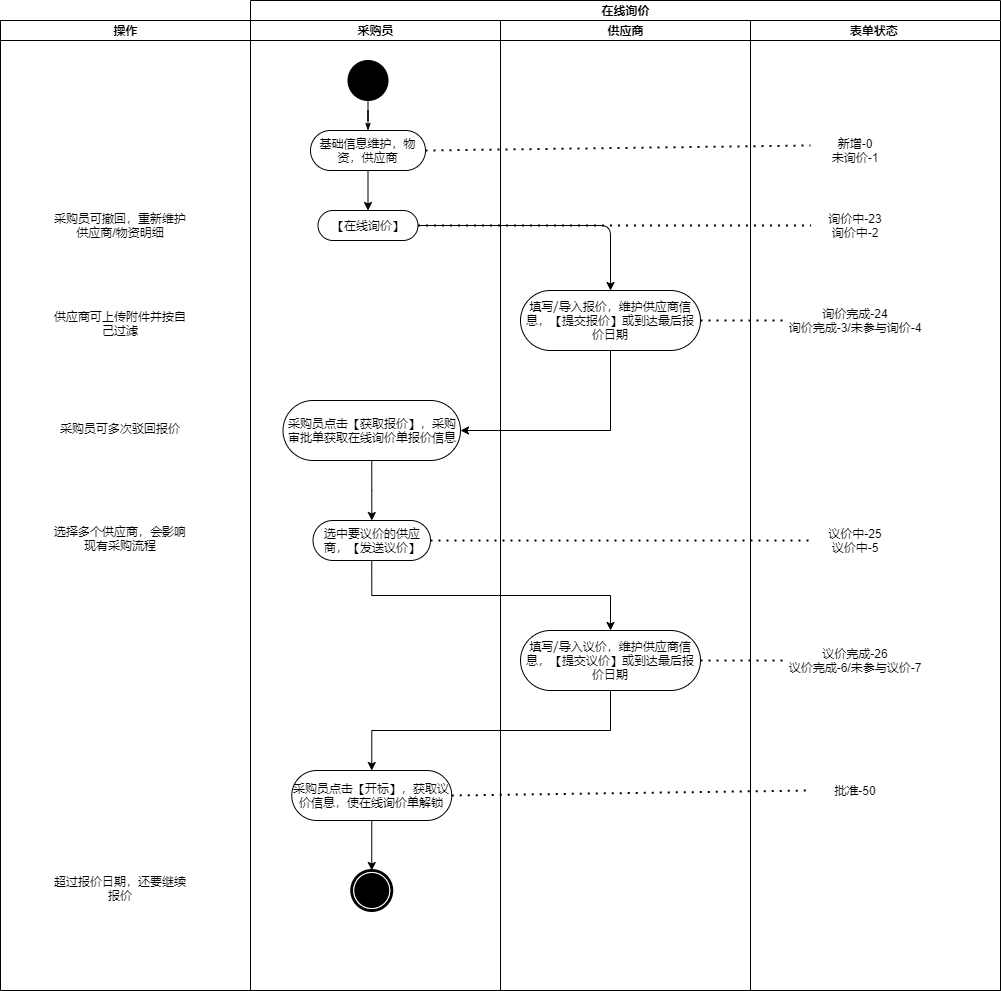
The draw.io diagram Untitled Diagram.png in alroy233/Vue, before a commit. Source tidied: cells renumbered, new cells last; positions are measured from the earlier drawing's top-left corner, leaving out a move shared by most shapes. The source it was exported from:
```xml
<mxGraphModel background="#ffffff">
  <root>
    <mxCell id="0" />
    <mxCell id="1" parent="0" />
    <mxCell id="2" value="在线询价" style="swimlane;html=1;startSize=20;rounded=0;shadow=0;comic=0;labelBackgroundColor=none;strokeWidth=1;fontFamily=Verdana;fontSize=12;align=center;" parent="1" vertex="1">
      <mxGeometry x="250" width="750" height="990" as="geometry" />
    </mxCell>
    <mxCell id="3" value="采购员" style="swimlane;html=1;startSize=20;" parent="2" vertex="1">
      <mxGeometry y="20" width="250" height="970" as="geometry" />
    </mxCell>
    <mxCell id="4" style="ellipse;whiteSpace=wrap;html=1;rounded=0;shadow=0;comic=0;labelBackgroundColor=none;strokeWidth=1;fillColor=#000000;fontFamily=Verdana;fontSize=12;align=center;" parent="3" vertex="1">
      <mxGeometry x="97.5" y="40" width="40" height="40" as="geometry" />
    </mxCell>
    <mxCell id="5" style="edgeStyle=orthogonalEdgeStyle;rounded=0;jettySize=auto;html=1;exitX=0.5;exitY=1;exitDx=0;exitDy=0;entryX=0.5;entryY=0;entryDx=0;entryDy=0;" parent="3" edge="1" source="6" target="8">
      <mxGeometry relative="1" as="geometry" />
    </mxCell>
    <mxCell id="6" value="基础信息维护，物资，供应商" style="rounded=1;whiteSpace=wrap;html=1;shadow=0;comic=0;labelBackgroundColor=none;strokeWidth=1;fontFamily=Verdana;fontSize=12;align=center;arcSize=50;" parent="3" vertex="1">
      <mxGeometry x="60" y="110" width="115" height="40" as="geometry" />
    </mxCell>
    <mxCell id="7" style="edgeStyle=orthogonalEdgeStyle;rounded=0;html=1;labelBackgroundColor=none;startArrow=none;startFill=0;startSize=5;endArrow=classicThin;endFill=1;endSize=5;jettySize=auto;strokeWidth=1;fontFamily=Verdana;fontSize=12;" parent="3" edge="1" source="4" target="6">
      <mxGeometry relative="1" as="geometry" />
    </mxCell>
    <mxCell id="8" value="【在线询价】" style="rounded=1;whiteSpace=wrap;html=1;shadow=0;comic=0;labelBackgroundColor=none;strokeWidth=1;fontFamily=Verdana;fontSize=12;align=center;arcSize=50;" parent="3" vertex="1">
      <mxGeometry x="67.5" y="190" width="100" height="30" as="geometry" />
    </mxCell>
    <mxCell id="9" style="edgeStyle=orthogonalEdgeStyle;rounded=0;jettySize=auto;html=1;exitX=0.5;exitY=1;exitDx=0;exitDy=0;" parent="3" edge="1" source="10" target="11">
      <mxGeometry relative="1" as="geometry" />
    </mxCell>
    <mxCell id="10" value="采购员点击【获取报价】，采购审批单获取在线询价单报价信息" style="rounded=1;whiteSpace=wrap;html=1;shadow=0;comic=0;labelBackgroundColor=none;strokeWidth=1;fontFamily=Verdana;fontSize=12;align=center;arcSize=50;" parent="3" vertex="1">
      <mxGeometry x="32.5" y="380" width="177.5" height="60" as="geometry" />
    </mxCell>
    <mxCell id="11" value="选中要议价的供应商，【发送议价】" style="rounded=1;whiteSpace=wrap;html=1;shadow=0;comic=0;labelBackgroundColor=none;strokeWidth=1;fontFamily=Verdana;fontSize=12;align=center;arcSize=50;" parent="3" vertex="1">
      <mxGeometry x="62.5" y="500" width="117.5" height="40" as="geometry" />
    </mxCell>
    <mxCell id="12" style="edgeStyle=orthogonalEdgeStyle;rounded=0;jettySize=auto;html=1;exitX=0.5;exitY=1;exitDx=0;exitDy=0;" parent="3" edge="1" source="13" target="14">
      <mxGeometry relative="1" as="geometry" />
    </mxCell>
    <mxCell id="13" value="采购员点击【开标】，获取议价信息，使在线询价单解锁" style="rounded=1;whiteSpace=wrap;html=1;shadow=0;comic=0;labelBackgroundColor=none;strokeWidth=1;fontFamily=Verdana;fontSize=12;align=center;arcSize=50;" parent="3" vertex="1">
      <mxGeometry x="41.2" y="750" width="160" height="50" as="geometry" />
    </mxCell>
    <mxCell id="14" style="shape=mxgraph.bpmn.shape;html=1;verticalLabelPosition=bottom;labelBackgroundColor=#ffffff;verticalAlign=top;perimeter=ellipsePerimeter;outline=end;symbol=terminate;rounded=0;shadow=0;comic=0;strokeWidth=1;fontFamily=Verdana;fontSize=12;align=center;" parent="3" vertex="1">
      <mxGeometry x="101.2" y="850" width="40" height="40" as="geometry" />
    </mxCell>
    <mxCell id="15" style="endArrow=none;dashed=1;html=1;dashPattern=1 3;strokeWidth=2;exitX=1;exitY=0.5;exitDx=0;exitDy=0;entryX=0;entryY=0.5;entryDx=0;entryDy=0;entryPerimeter=0;" parent="2" edge="1" source="6">
      <mxGeometry relative="1" as="geometry">
        <mxPoint x="560" y="145" as="targetPoint" />
      </mxGeometry>
    </mxCell>
    <mxCell id="16" value="供应商" style="swimlane;html=1;startSize=20;" parent="2" vertex="1">
      <mxGeometry x="250" y="20" width="250" height="970" as="geometry" />
    </mxCell>
    <mxCell id="17" value="填写/导入报价，维护供应商信息，【提交报价】或到达最后报价日期" style="rounded=1;whiteSpace=wrap;html=1;shadow=0;comic=0;labelBackgroundColor=none;strokeWidth=1;fontFamily=Verdana;fontSize=12;align=center;arcSize=50;" parent="16" vertex="1">
      <mxGeometry x="20" y="270" width="180" height="60" as="geometry" />
    </mxCell>
    <mxCell id="18" value="填写/导入议价，维护供应商信息，【提交议价】或到达最后报价日期" style="rounded=1;whiteSpace=wrap;html=1;shadow=0;comic=0;labelBackgroundColor=none;strokeWidth=1;fontFamily=Verdana;fontSize=12;align=center;arcSize=50;" parent="16" vertex="1">
      <mxGeometry x="20" y="610" width="180" height="60" as="geometry" />
    </mxCell>
    <mxCell id="19" value="表单状态&amp;nbsp;" style="swimlane;html=1;startSize=20;" parent="2" vertex="1">
      <mxGeometry x="500" y="20" width="250" height="970" as="geometry" />
    </mxCell>
    <mxCell id="20" value="新增-0&lt;br&gt;未询价-1" style="text;html=1;strokeColor=none;fillColor=none;align=center;verticalAlign=middle;whiteSpace=wrap;rounded=0;" parent="19" vertex="1">
      <mxGeometry x="60" y="110" width="90" height="40" as="geometry" />
    </mxCell>
    <mxCell id="21" value="询价中-23&lt;br&gt;询价中-2" style="text;html=1;strokeColor=none;fillColor=none;align=center;verticalAlign=middle;whiteSpace=wrap;rounded=0;" parent="19" vertex="1">
      <mxGeometry x="60" y="185" width="90" height="40" as="geometry" />
    </mxCell>
    <mxCell id="22" value="询价完成-24&lt;br&gt;询价完成-3/未参与询价-4" style="text;html=1;strokeColor=none;fillColor=none;align=center;verticalAlign=middle;whiteSpace=wrap;rounded=0;" parent="19" vertex="1">
      <mxGeometry x="35" y="280" width="140" height="40" as="geometry" />
    </mxCell>
    <mxCell id="23" value="议价中-25&lt;br&gt;议价中-5" style="text;html=1;strokeColor=none;fillColor=none;align=center;verticalAlign=middle;whiteSpace=wrap;rounded=0;" parent="19" vertex="1">
      <mxGeometry x="60" y="500" width="90" height="40" as="geometry" />
    </mxCell>
    <mxCell id="24" value="议价完成-26&lt;br&gt;议价完成-6/未参与议价-7" style="text;html=1;strokeColor=none;fillColor=none;align=center;verticalAlign=middle;whiteSpace=wrap;rounded=0;" parent="19" vertex="1">
      <mxGeometry x="35" y="620" width="140" height="40" as="geometry" />
    </mxCell>
    <mxCell id="25" value="批准-50" style="text;html=1;strokeColor=none;fillColor=none;align=center;verticalAlign=middle;whiteSpace=wrap;rounded=0;" parent="19" vertex="1">
      <mxGeometry x="60" y="750" width="90" height="40" as="geometry" />
    </mxCell>
    <mxCell id="26" style="endArrow=classic;html=1;exitX=1;exitY=0.5;exitDx=0;exitDy=0;entryX=0.5;entryY=0;entryDx=0;entryDy=0;" parent="2" edge="1" source="8" target="17">
      <mxGeometry relative="1" as="geometry">
        <Array as="points">
          <mxPoint x="360" y="225" />
        </Array>
      </mxGeometry>
    </mxCell>
    <mxCell id="27" style="endArrow=none;dashed=1;html=1;dashPattern=1 3;strokeWidth=2;entryX=0;entryY=0.5;entryDx=0;entryDy=0;exitX=1;exitY=0.5;exitDx=0;exitDy=0;" parent="2" edge="1" source="8" target="21">
      <mxGeometry relative="1" as="geometry" />
    </mxCell>
    <mxCell id="28" style="endArrow=none;dashed=1;html=1;dashPattern=1 3;strokeWidth=2;exitX=1;exitY=0.5;exitDx=0;exitDy=0;entryX=0;entryY=0.5;entryDx=0;entryDy=0;" parent="2" edge="1" source="17" target="22">
      <mxGeometry relative="1" as="geometry" />
    </mxCell>
    <mxCell id="29" style="edgeStyle=orthogonalEdgeStyle;rounded=0;jettySize=auto;html=1;exitX=0.5;exitY=1;exitDx=0;exitDy=0;entryX=1;entryY=0.5;entryDx=0;entryDy=0;" parent="2" edge="1" source="17" target="10">
      <mxGeometry relative="1" as="geometry" />
    </mxCell>
    <mxCell id="30" style="endArrow=none;dashed=1;html=1;dashPattern=1 3;strokeWidth=2;exitX=1;exitY=0.5;exitDx=0;exitDy=0;entryX=0;entryY=0.5;entryDx=0;entryDy=0;" parent="2" edge="1" source="11" target="23">
      <mxGeometry relative="1" as="geometry" />
    </mxCell>
    <mxCell id="31" style="edgeStyle=orthogonalEdgeStyle;rounded=0;jettySize=auto;html=1;exitX=0.5;exitY=1;exitDx=0;exitDy=0;" parent="2" edge="1" source="11" target="18">
      <mxGeometry relative="1" as="geometry" />
    </mxCell>
    <mxCell id="32" style="endArrow=none;dashed=1;html=1;dashPattern=1 3;strokeWidth=2;entryX=0;entryY=0.5;entryDx=0;entryDy=0;exitX=1;exitY=0.5;exitDx=0;exitDy=0;" parent="2" edge="1" source="18" target="24">
      <mxGeometry relative="1" as="geometry" />
    </mxCell>
    <mxCell id="33" style="edgeStyle=orthogonalEdgeStyle;rounded=0;jettySize=auto;html=1;exitX=0.5;exitY=1;exitDx=0;exitDy=0;entryX=0.5;entryY=0;entryDx=0;entryDy=0;" parent="2" edge="1" source="18" target="13">
      <mxGeometry relative="1" as="geometry" />
    </mxCell>
    <mxCell id="34" style="endArrow=none;dashed=1;html=1;dashPattern=1 3;strokeWidth=2;exitX=1;exitY=0.5;exitDx=0;exitDy=0;entryX=0;entryY=0.5;entryDx=0;entryDy=0;" parent="2" edge="1" source="13" target="25">
      <mxGeometry relative="1" as="geometry" />
    </mxCell>
    <mxCell id="35" value="操作" style="swimlane;html=1;startSize=20;" parent="1" vertex="1">
      <mxGeometry y="20" width="250" height="970" as="geometry" />
    </mxCell>
    <mxCell id="36" value="采购员可撤回，重新维护供应商/物资明细" style="text;html=1;strokeColor=none;fillColor=none;align=center;verticalAlign=middle;whiteSpace=wrap;rounded=0;" parent="35" vertex="1">
      <mxGeometry x="50" y="187.5" width="140" height="35" as="geometry" />
    </mxCell>
    <mxCell id="37" value="供应商可上传附件并按自己过滤" style="text;html=1;strokeColor=none;fillColor=none;align=center;verticalAlign=middle;whiteSpace=wrap;rounded=0;" parent="35" vertex="1">
      <mxGeometry x="50" y="285" width="140" height="35" as="geometry" />
    </mxCell>
    <mxCell id="38" value="采购员可多次驳回报价" style="text;html=1;strokeColor=none;fillColor=none;align=center;verticalAlign=middle;whiteSpace=wrap;rounded=0;" parent="35" vertex="1">
      <mxGeometry x="50" y="390" width="140" height="35" as="geometry" />
    </mxCell>
    <mxCell id="39" value="超过报价日期，还要继续报价" style="text;html=1;strokeColor=none;fillColor=none;align=center;verticalAlign=middle;whiteSpace=wrap;rounded=0;" parent="35" vertex="1">
      <mxGeometry x="50" y="850" width="140" height="35" as="geometry" />
    </mxCell>
    <mxCell id="40" value="选择多个供应商，会影响现有采购流程" style="text;html=1;strokeColor=none;fillColor=none;align=center;verticalAlign=middle;whiteSpace=wrap;rounded=0;" parent="35" vertex="1">
      <mxGeometry x="50" y="500" width="140" height="35" as="geometry" />
    </mxCell>
  </root>
</mxGraphModel>
```
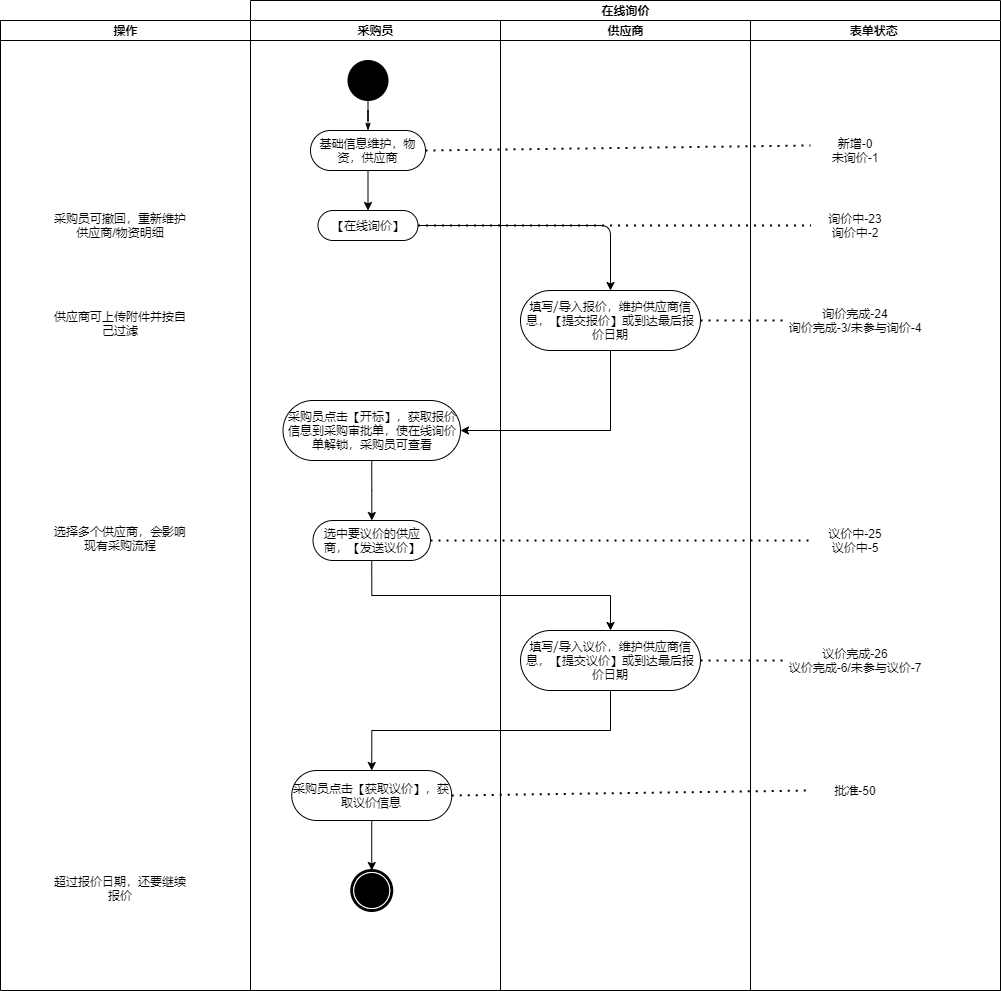
Above is the later version.

What changed in the source:
```diff
@@ -26,7 +26,7 @@
     <mxCell id="9" style="edgeStyle=orthogonalEdgeStyle;rounded=0;jettySize=auto;html=1;exitX=0.5;exitY=1;exitDx=0;exitDy=0;" parent="3" edge="1" source="10" target="11">
       <mxGeometry relative="1" as="geometry" />
     </mxCell>
-    <mxCell id="10" value="采购员点击【获取报价】，采购审批单获取在线询价单报价信息" style="rounded=1;whiteSpace=wrap;html=1;shadow=0;comic=0;labelBackgroundColor=none;strokeWidth=1;fontFamily=Verdana;fontSize=12;align=center;arcSize=50;" parent="3" vertex="1">
+    <mxCell id="10" value="采购员点击【开标】，获取报价信息到采购审批单，使在线询价单解锁，采购员可查看" style="rounded=1;whiteSpace=wrap;html=1;shadow=0;comic=0;labelBackgroundColor=none;strokeWidth=1;fontFamily=Verdana;fontSize=12;align=center;arcSize=50;" parent="3" vertex="1">
       <mxGeometry x="32.5" y="380" width="177.5" height="60" as="geometry" />
     </mxCell>
     <mxCell id="11" value="选中要议价的供应商，【发送议价】" style="rounded=1;whiteSpace=wrap;html=1;shadow=0;comic=0;labelBackgroundColor=none;strokeWidth=1;fontFamily=Verdana;fontSize=12;align=center;arcSize=50;" parent="3" vertex="1">
@@ -35,7 +35,7 @@
     <mxCell id="12" style="edgeStyle=orthogonalEdgeStyle;rounded=0;jettySize=auto;html=1;exitX=0.5;exitY=1;exitDx=0;exitDy=0;" parent="3" edge="1" source="13" target="14">
       <mxGeometry relative="1" as="geometry" />
     </mxCell>
-    <mxCell id="13" value="采购员点击【开标】，获取议价信息，使在线询价单解锁" style="rounded=1;whiteSpace=wrap;html=1;shadow=0;comic=0;labelBackgroundColor=none;strokeWidth=1;fontFamily=Verdana;fontSize=12;align=center;arcSize=50;" parent="3" vertex="1">
+    <mxCell id="13" value="采购员点击【获取议价】，获取议价信息" style="rounded=1;whiteSpace=wrap;html=1;shadow=0;comic=0;labelBackgroundColor=none;strokeWidth=1;fontFamily=Verdana;fontSize=12;align=center;arcSize=50;" parent="3" vertex="1">
       <mxGeometry x="41.2" y="750" width="160" height="50" as="geometry" />
     </mxCell>
     <mxCell id="14" style="shape=mxgraph.bpmn.shape;html=1;verticalLabelPosition=bottom;labelBackgroundColor=#ffffff;verticalAlign=top;perimeter=ellipsePerimeter;outline=end;symbol=terminate;rounded=0;shadow=0;comic=0;strokeWidth=1;fontFamily=Verdana;fontSize=12;align=center;" parent="3" vertex="1">
@@ -116,9 +116,6 @@
     <mxCell id="37" value="供应商可上传附件并按自己过滤" style="text;html=1;strokeColor=none;fillColor=none;align=center;verticalAlign=middle;whiteSpace=wrap;rounded=0;" parent="35" vertex="1">
       <mxGeometry x="50" y="285" width="140" height="35" as="geometry" />
     </mxCell>
-    <mxCell id="38" value="采购员可多次驳回报价" style="text;html=1;strokeColor=none;fillColor=none;align=center;verticalAlign=middle;whiteSpace=wrap;rounded=0;" parent="35" vertex="1">
-      <mxGeometry x="50" y="390" width="140" height="35" as="geometry" />
-    </mxCell>
     <mxCell id="39" value="超过报价日期，还要继续报价" style="text;html=1;strokeColor=none;fillColor=none;align=center;verticalAlign=middle;whiteSpace=wrap;rounded=0;" parent="35" vertex="1">
       <mxGeometry x="50" y="850" width="140" height="35" as="geometry" />
     </mxCell>
```
